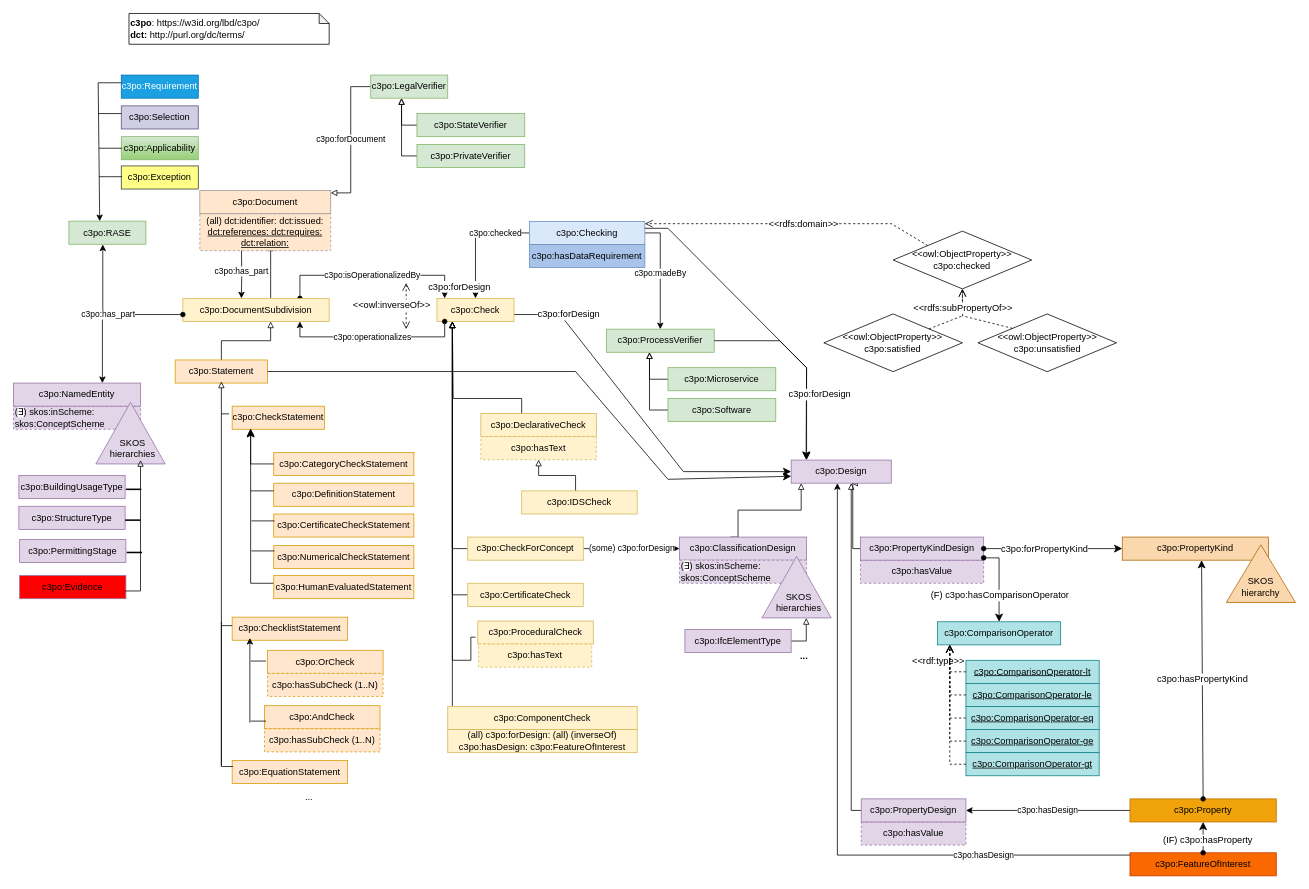
This is page "aec3po" (1 of 7) of aec3po.drawio from Accord-Project/aec3po, a draw.io file, before an edit. Source tidied: cells renumbered, new cells numbered last; positions are measured from the earlier drawing's top-left corner, leaving out a move shared by most shapes. Both pictures are drawn from the tidied source at 77%, with x=0, y=0 at pixel (13, 13).
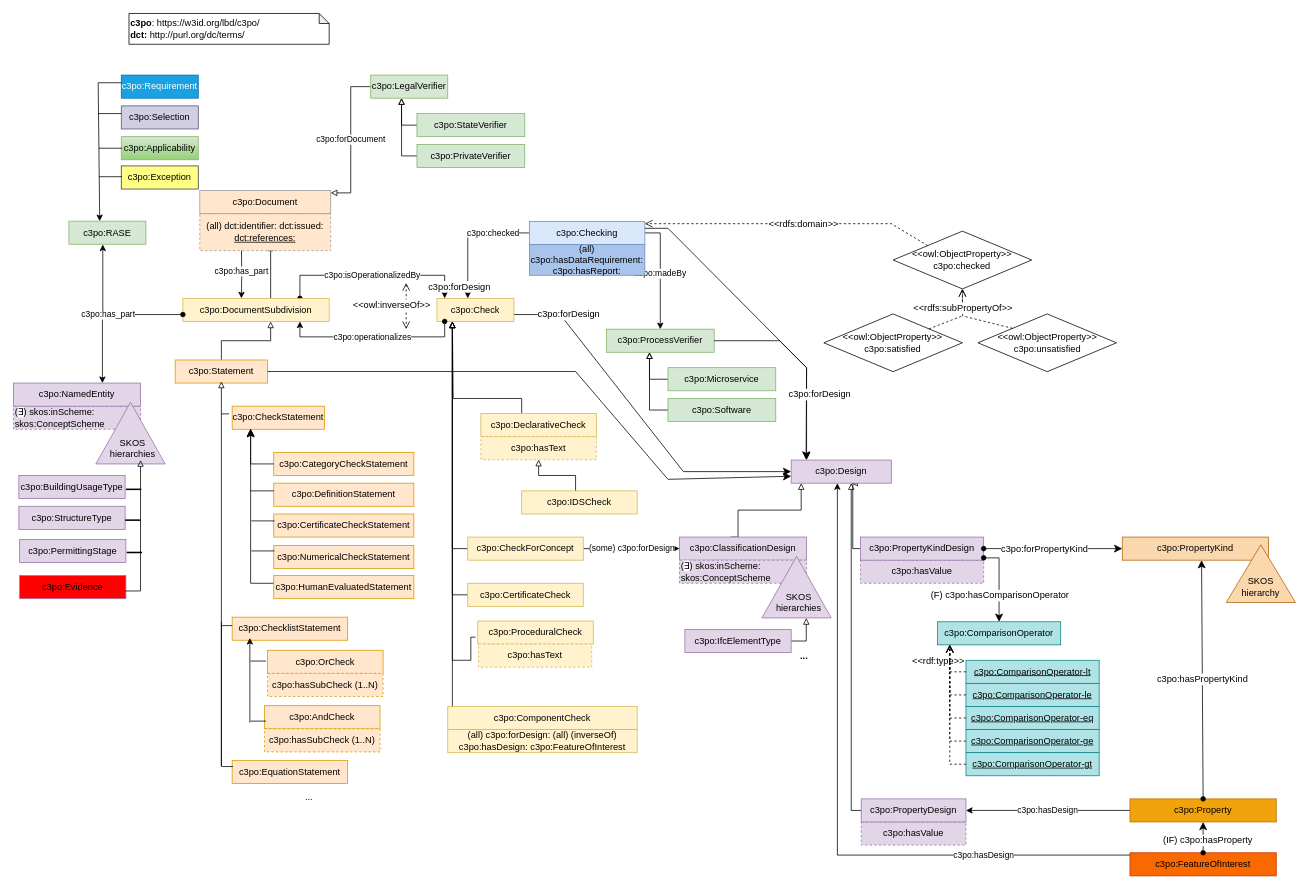
The same page after the edit.

The change refers to these unchanged cells:
```xml
<mxCell id="23" value="c3po:Check" style="rounded=0;whiteSpace=wrap;html=1;snapToPoint=1;points=[[0.1,0],[0.2,0],[0.3,0],[0.4,0],[0.5,0],[0.6,0],[0.7,0],[0.8,0],[0.9,0],[0,0.1],[0,0.3],[0,0.5],[0,0.7],[0,0.9],[0.1,1],[0.2,1],[0.3,1],[0.4,1],[0.5,1],[0.6,1],[0.7,1],[0.8,1],[0.9,1],[1,0.1],[1,0.3],[1,0.5],[1,0.7],[1,0.9]];fillColor=#fff2cc;strokeColor=#d6b656;" parent="1" vertex="1">
  <mxGeometry x="550" y="370" width="100" height="30" as="geometry" />
</mxCell>
<mxCell id="26" value="c3po:Checking" style="rounded=0;whiteSpace=wrap;html=1;snapToPoint=1;points=[[0.1,0],[0.2,0],[0.3,0],[0.4,0],[0.5,0],[0.6,0],[0.7,0],[0.8,0],[0.9,0],[0,0.1],[0,0.3],[0,0.5],[0,0.7],[0,0.9],[0.1,1],[0.2,1],[0.3,1],[0.4,1],[0.5,1],[0.6,1],[0.7,1],[0.8,1],[0.9,1],[1,0.1],[1,0.3],[1,0.5],[1,0.7],[1,0.9]];fillColor=#dae8fc;strokeColor=#6c8ebf;" parent="1" vertex="1">
  <mxGeometry x="670" y="270" width="150" height="30" as="geometry" />
</mxCell>
```

Change to the diagram source:
```diff
@@
     <mxCell id="25" value="c3po:checked" style="edgeStyle=orthogonalEdgeStyle;rounded=0;jettySize=auto;html=1;startArrow=none;startFill=0;endArrow=classic;endFill=1;" parent="1" edge="1" source="26" target="23">
-      <mxGeometry x="-0.43" relative="1" as="geometry" />
+      <mxGeometry x="-0.43" relative="1" as="geometry">
+        <Array as="points">
+          <mxPoint x="590" y="285" />
+        </Array>
+      </mxGeometry>
     </mxCell>
@@
-    <mxCell id="81" value="c3po:hasDataRequirement" style="rounded=0;whiteSpace=wrap;html=1;fillColor=#A9C4EB;strokeColor=#6c8ebf;" parent="1" vertex="1">
-      <mxGeometry x="670" y="300" width="150" height="30" as="geometry" />
+    <mxCell id="81" value="(all) c3po:hasDataRequirement: c3po:hasReport:" style="rounded=0;whiteSpace=wrap;html=1;fillColor=#A9C4EB;strokeColor=#6c8ebf;" parent="1" vertex="1">
+      <mxGeometry x="670" y="300" width="150" height="40" as="geometry" />
     </mxCell>
@@
-    <mxCell id="138" value="(all) dct:identifier: dct:issued: &lt;u&gt;dct:references: dct:requires: dct:relation:&lt;/u&gt;" style="rounded=0;whiteSpace=wrap;html=1;dashed=1;shadow=0;strokeColor=#999999;fillColor=#FFE6CC;" parent="1" vertex="1">
+    <mxCell id="138" value="(all) dct:identifier: dct:issued: &lt;u&gt;dct:references:&lt;/u&gt;" style="rounded=0;whiteSpace=wrap;html=1;dashed=1;shadow=0;strokeColor=#999999;fillColor=#FFE6CC;" parent="1" vertex="1">
       <mxGeometry x="242" y="260" width="170" height="48" as="geometry" />
     </mxCell>
```
